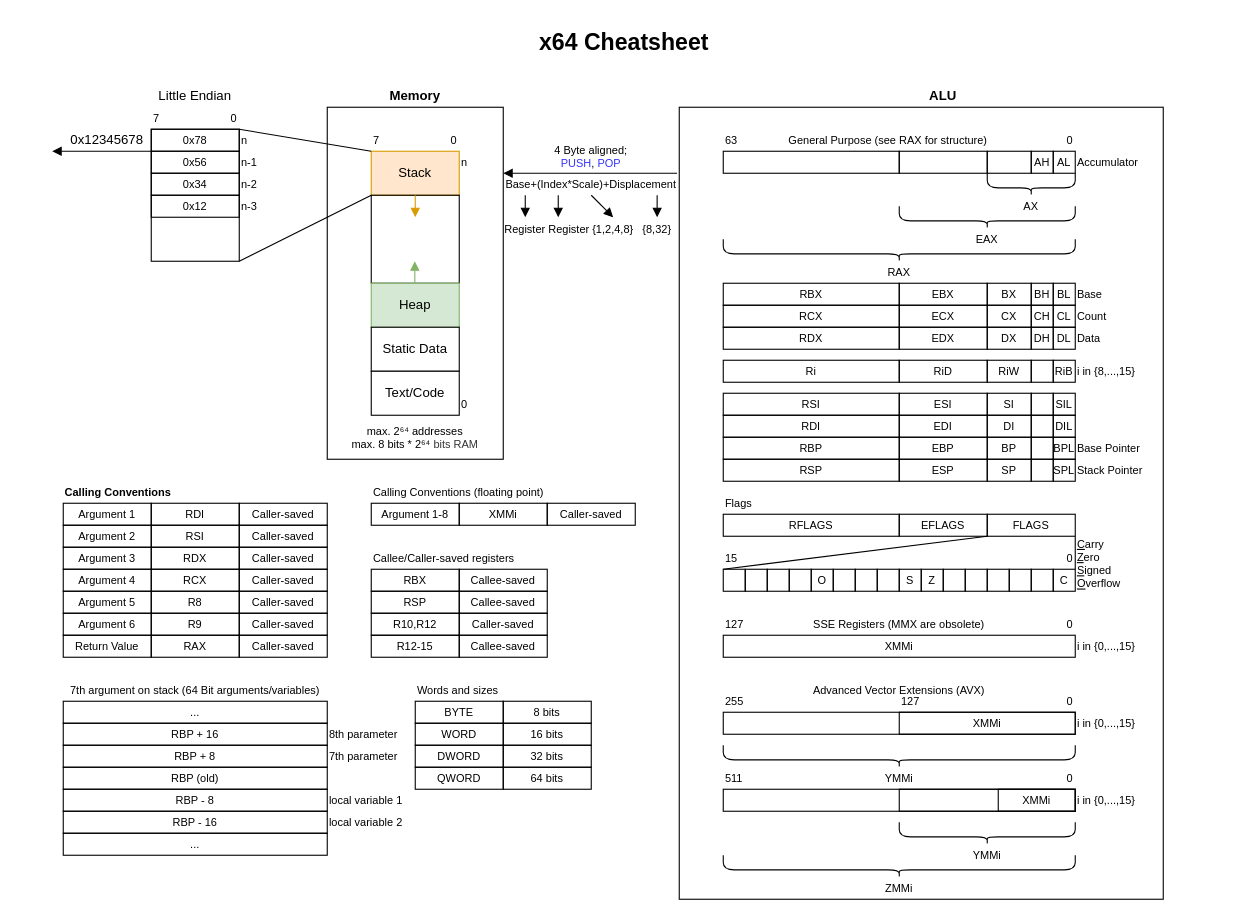
Above: drawio/x86_64 Overview.drawio in ZaubererHaft/C-Cheatsheet (draw.io), before the change. Source tidied: cells renumbered, new cells numbered last; positions are measured from the earlier drawing's top-left corner, leaving out a move shared by most shapes. Both pictures are drawn from the tidied source at 110%, with x=0, y=0 at pixel (19, 19).
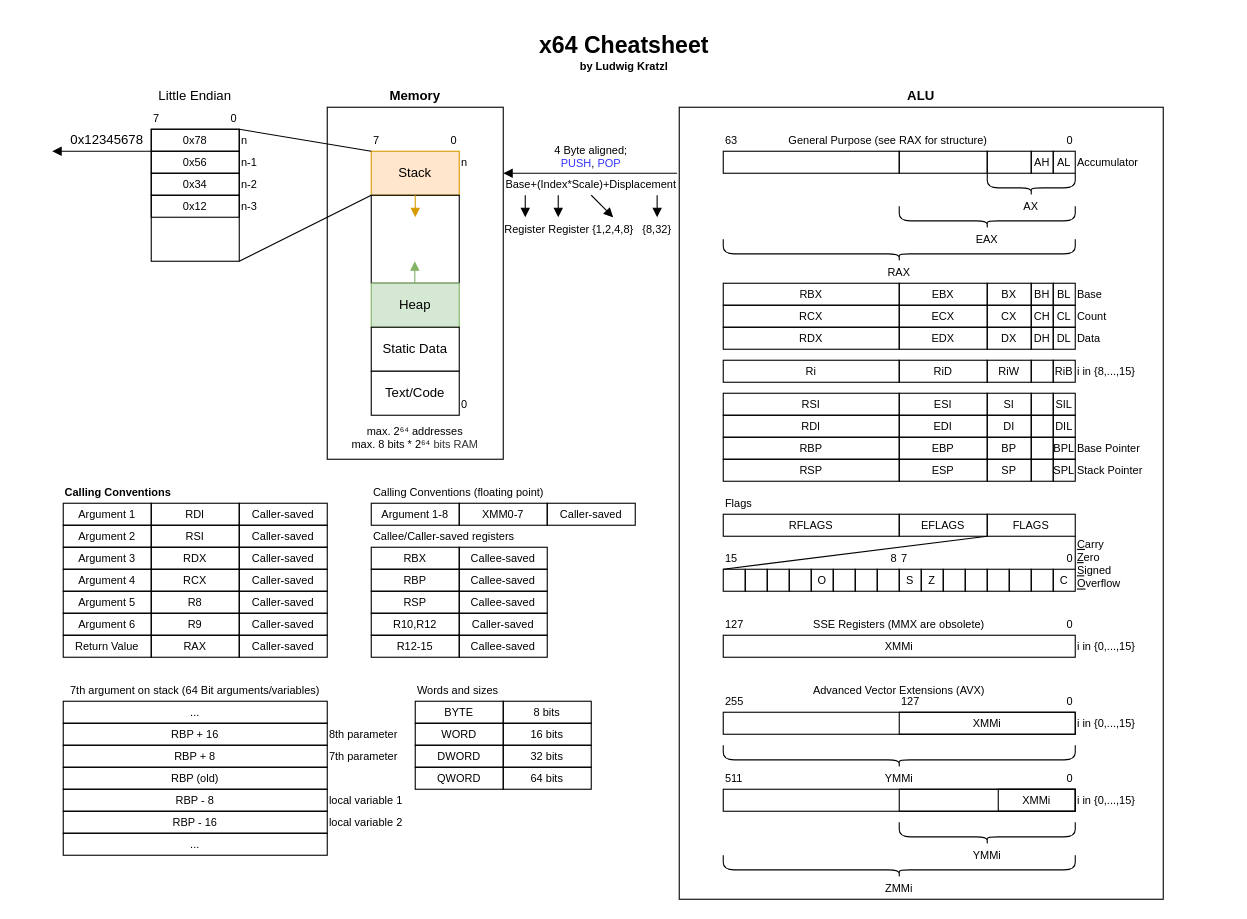
The same page after the edit.

The edit, as a diff of the source:
```diff
@@
     <mxCell id="33" value="&lt;b&gt;ALU&lt;/b&gt;" style="text;html=1;strokeColor=none;fillColor=none;align=center;verticalAlign=middle;whiteSpace=wrap;rounded=0;" parent="1" vertex="1">
-      <mxGeometry x="600" y="60" width="480" height="20" as="geometry" />
+      <mxGeometry x="600" y="60" width="440" height="20" as="geometry" />
     </mxCell>
@@
-    <mxCell id="201" value="XMMi" style="rounded=0;whiteSpace=wrap;html=1;fillColor=none;fontSize=10;align=center;" parent="1" vertex="1">
+    <mxCell id="201" value="XMM0-7" style="rounded=0;whiteSpace=wrap;html=1;fillColor=none;fontSize=10;align=center;" parent="1" vertex="1">
       <mxGeometry x="400" y="440" width="80" height="20" as="geometry" />
     </mxCell>
@@
-    <mxCell id="203" value="RBX" style="rounded=0;whiteSpace=wrap;html=1;fillColor=none;fontSize=10;align=center;" parent="1" vertex="1">
+    <mxCell id="203" value="RBP" style="rounded=0;whiteSpace=wrap;html=1;fillColor=none;fontSize=10;align=center;" parent="1" vertex="1">
       <mxGeometry x="320" y="500" width="80" height="20" as="geometry" />
     </mxCell>
@@
     <mxCell id="209" value="Callee/Caller-saved registers" style="text;html=1;strokeColor=none;fillColor=none;align=left;verticalAlign=middle;whiteSpace=wrap;rounded=0;fontSize=10;" parent="1" vertex="1">
-      <mxGeometry x="320" y="480" width="170" height="20" as="geometry" />
+      <mxGeometry x="320" y="460" width="170" height="20" as="geometry" />
     </mxCell>
@@
-    <mxCell id="215" value="&lt;b&gt;&lt;font style=&quot;font-size: 21px&quot;&gt;x64 Cheatsheet&lt;/font&gt;&lt;/b&gt;" style="text;html=1;strokeColor=none;fillColor=none;align=center;verticalAlign=middle;whiteSpace=wrap;rounded=0;" parent="1" vertex="1">
-      <mxGeometry width="1100" height="40" as="geometry" />
+    <mxCell id="215" value="&lt;b&gt;&lt;font&gt;&lt;span style=&quot;font-size: 21px&quot;&gt;x64 Cheatsheet&lt;/span&gt;&lt;br&gt;&lt;font style=&quot;font-size: 10px&quot;&gt;by Ludwig Kratzl&lt;/font&gt;&lt;br&gt;&lt;/font&gt;&lt;/b&gt;" style="text;html=1;strokeColor=none;fillColor=none;align=center;verticalAlign=middle;whiteSpace=wrap;rounded=0;" parent="1" vertex="1">
+      <mxGeometry width="1100" height="60" as="geometry" />
     </mxCell>
@@
+    <mxCell id="225" value="7" style="text;html=1;strokeColor=none;fillColor=none;align=left;verticalAlign=middle;whiteSpace=wrap;rounded=0;fontSize=10;" parent="1" vertex="1">
+      <mxGeometry x="800" y="480" width="40" height="20" as="geometry" />
+    </mxCell>
+    <mxCell id="226" value="8" style="text;html=1;strokeColor=none;fillColor=none;align=right;verticalAlign=middle;whiteSpace=wrap;rounded=0;fontSize=10;" parent="1" vertex="1">
+      <mxGeometry x="760" y="480" width="40" height="20" as="geometry" />
+    </mxCell>
+    <mxCell id="227" value="RBX" style="rounded=0;whiteSpace=wrap;html=1;fillColor=none;fontSize=10;align=center;" parent="1" vertex="1">
+      <mxGeometry x="320" y="480" width="80" height="20" as="geometry" />
+    </mxCell>
+    <mxCell id="228" value="Callee-saved" style="rounded=0;whiteSpace=wrap;html=1;fillColor=none;fontSize=10;align=center;" parent="1" vertex="1">
+      <mxGeometry x="400" y="480" width="80" height="20" as="geometry" />
+    </mxCell>
```
